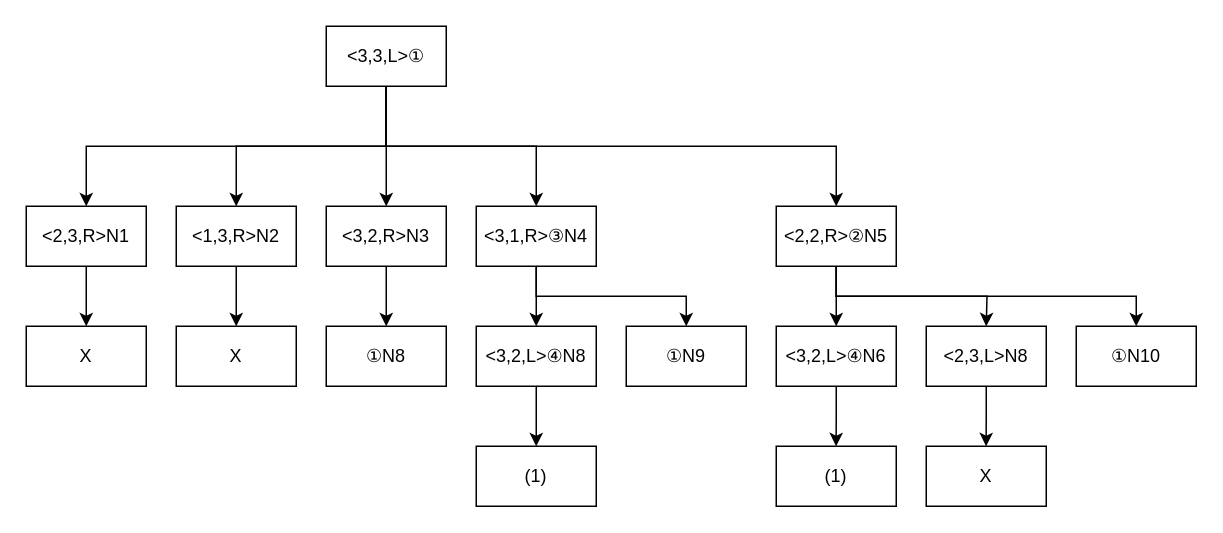
The draw.io diagram ninchiMCproblemTree.drawio in shgnaka/PokemonZA, before the edit. Source tidied: cells renumbered, new cells numbered last; positions are measured from the earlier drawing's top-left corner, leaving out a move shared by most shapes. Both pictures are drawn from the tidied source at 150%, with x=0, y=0 at pixel (26, 26).
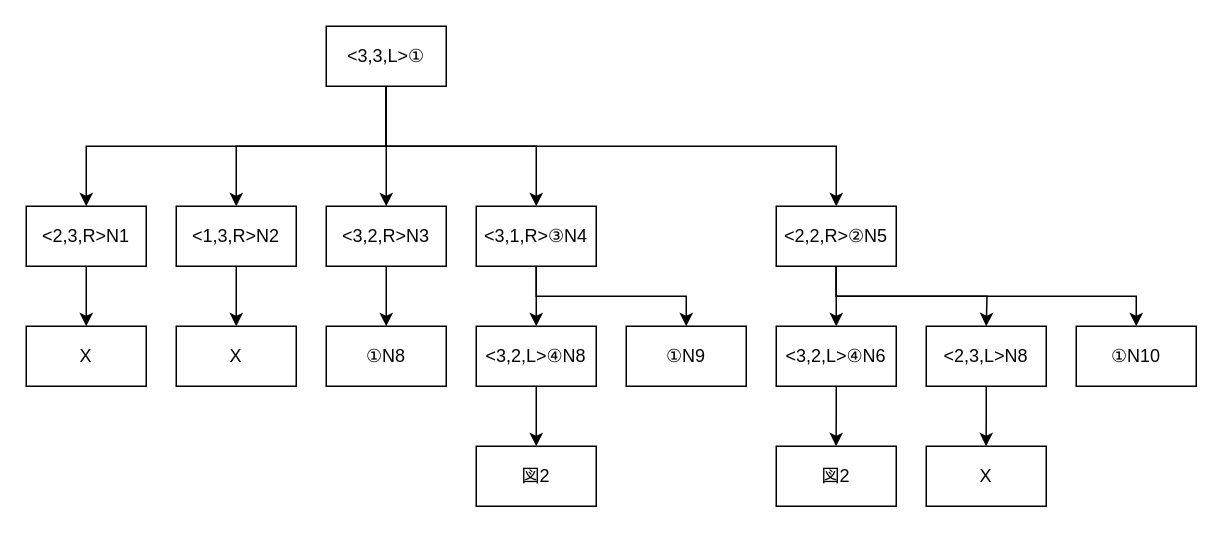
After the change.

Commit message:
change: 続きの樹形図の参照を（１）から図2に変更

Change to the diagram source:
```diff
@@
-    <mxCell id="33" value="(1)" style="whiteSpace=wrap;html=1;labelBackgroundColor=none;" parent="1" vertex="1">
+    <mxCell id="33" value="図2" style="whiteSpace=wrap;html=1;labelBackgroundColor=none;" parent="1" vertex="1">
       <mxGeometry x="300" y="280" width="80" height="40" as="geometry" />
     </mxCell>
-    <mxCell id="34" value="(1)" style="whiteSpace=wrap;html=1;labelBackgroundColor=none;" parent="1" vertex="1">
+    <mxCell id="34" value="図2" style="whiteSpace=wrap;html=1;labelBackgroundColor=none;" parent="1" vertex="1">
       <mxGeometry x="500" y="280" width="80" height="40" as="geometry" />
     </mxCell>
```
